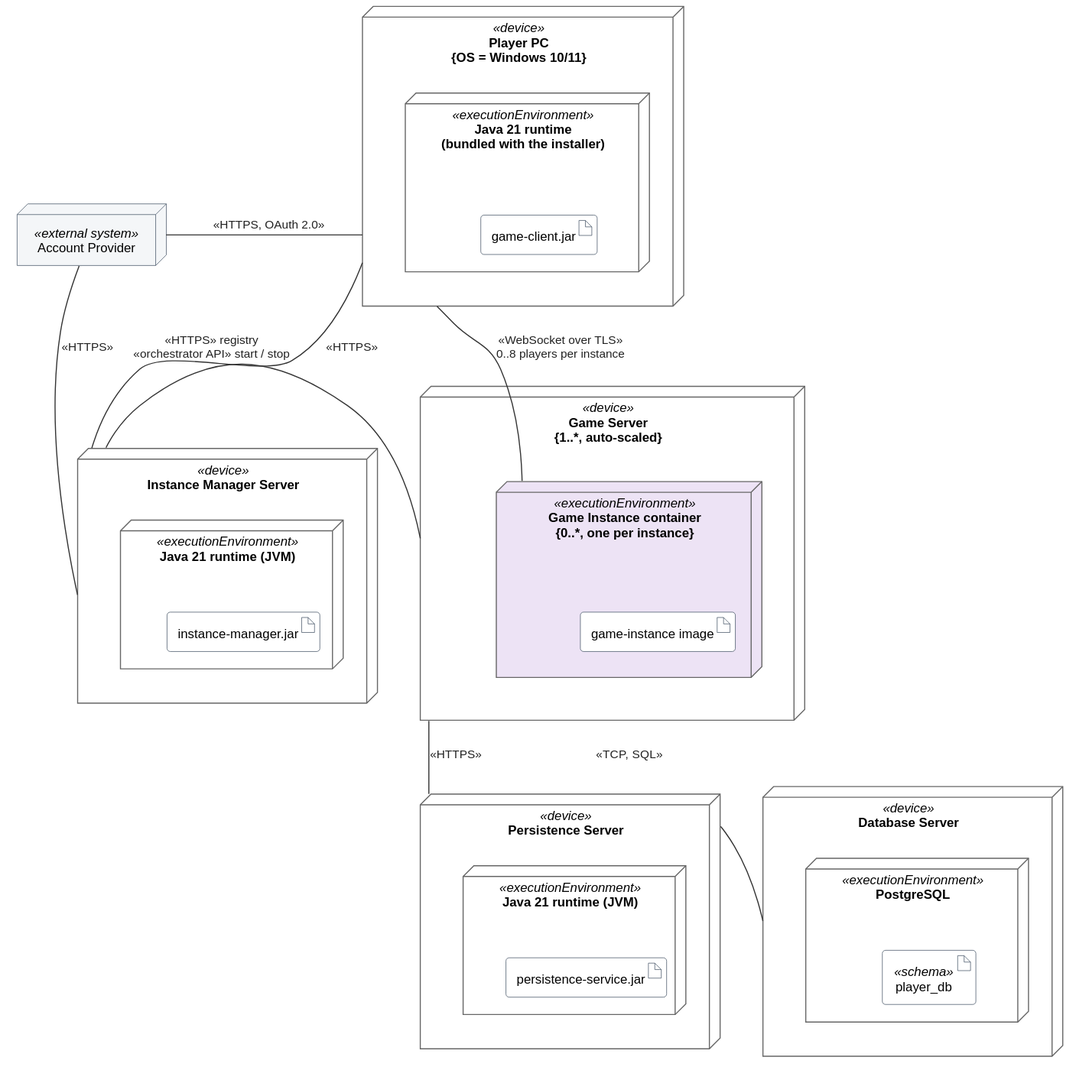
The PlantUML diagram exam1/diagrams/out/05_deploy_l2.svg in RokasPazera/system-design, before a commit.
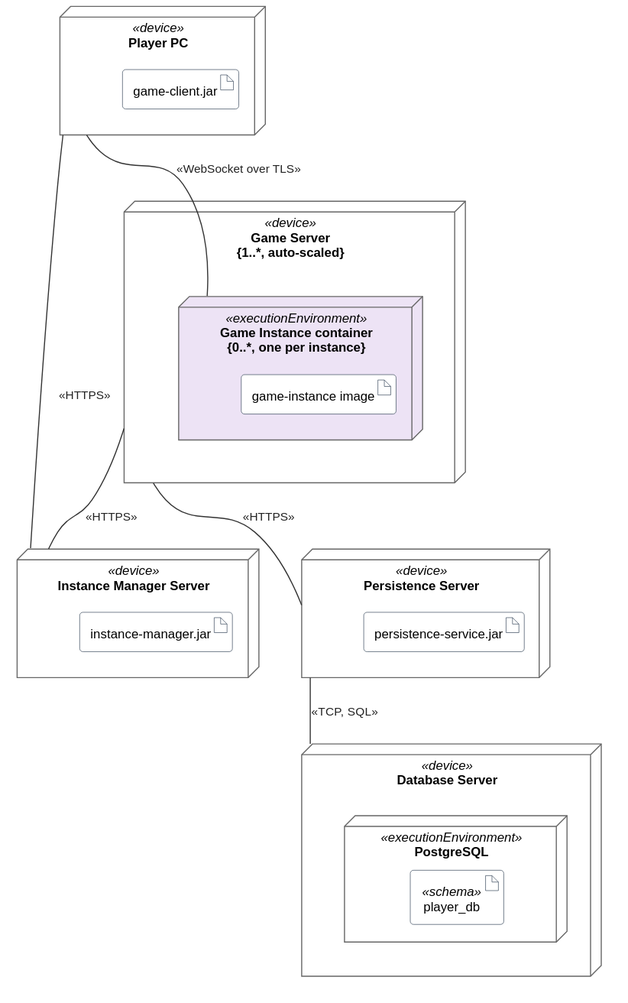
The same diagram one commit later.

What changed in the source:
```diff
@@ -1,20 +1,14 @@
 @startuml
 !include style.iuml
-skinparam nodesep 70
-skinparam ranksep 70
+skinparam nodesep 50
+skinparam ranksep 50
 
-node "Account Provider" <<external system>> as ap
-
-node "Player PC\n{OS = Windows 10/11}" <<device>> as pc {
-  node "Java 21 runtime\n(bundled with the installer)" <<executionEnvironment>> as pc_rt {
-    artifact "game-client.jar" as a_client
-  }
+node "Player PC" <<device>> as pc {
+  artifact "game-client.jar" as a_client
 }
 
 node "Instance Manager Server" <<device>> as ims {
-  node "Java 21 runtime (JVM)" <<executionEnvironment>> as ims_rt {
-    artifact "instance-manager.jar" as a_im
-  }
+  artifact "instance-manager.jar" as a_im
 }
 
 node "Game Server\n{1..*, auto-scaled}" <<device>> as gs {
@@ -24,9 +18,7 @@
 }
 
 node "Persistence Server" <<device>> as pss {
-  node "Java 21 runtime (JVM)" <<executionEnvironment>> as ps_rt {
-    artifact "persistence-service.jar" as a_ps
-  }
+  artifact "persistence-service.jar" as a_ps
 }
 
 node "Database Server" <<device>> as dbs {
@@ -35,11 +27,9 @@
   }
 }
 
-ap -right- pc : <<HTTPS, OAuth 2.0>>
-ap -down- ims : <<HTTPS>>
-pc -- ims : <<HTTPS>>
-pc -down- gic : <<WebSocket over TLS>>\n0..8 players per instance
-ims -right- gs : <<HTTPS>> registry\n<<orchestrator API>> start / stop
-gs -down- pss : <<HTTPS>>
-pss -right- dbs : <<TCP, SQL>>
+pc -- gic : <<WebSocket over TLS>>
+pc --- ims : <<HTTPS>>
+gs -- ims : <<HTTPS>>
+gs -- pss : <<HTTPS>>
+pss -- dbs : <<TCP, SQL>>
 @enduml
```
